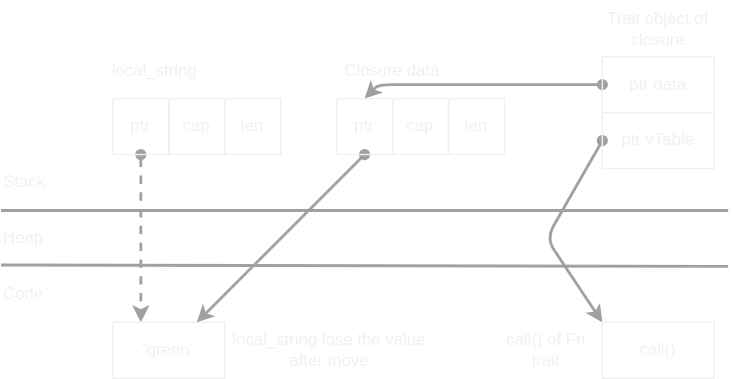
The draw.io diagram docs/rust/closure/images/move_closure.drawio.svg in htgithub194/self-study, before a commit. Source tidied: cells renumbered, new cells last; positions are measured from the earlier drawing's top-left corner, leaving out a move shared by most shapes. The source it was exported from:
```xml
<mxGraphModel>
  <root>
    <mxCell id="0" />
    <mxCell id="1" parent="0" />
    <mxCell id="2" value="Closure data" style="text;html=1;strokeColor=none;fillColor=none;align=center;verticalAlign=middle;whiteSpace=wrap;rounded=0;fontColor=#F0F0F0;" parent="1" vertex="1">
      <mxGeometry x="240" y="30" width="80" height="40" as="geometry" />
    </mxCell>
    <mxCell id="3" style="endArrow=none;html=1;strokeColor=#A0A0A0;strokeWidth=2;" parent="1" edge="1">
      <mxGeometry relative="1" as="geometry">
        <mxPoint y="150" as="sourcePoint" />
        <mxPoint x="520" y="150" as="targetPoint" />
      </mxGeometry>
    </mxCell>
    <mxCell id="4" value="Heap" style="text;html=1;strokeColor=none;fillColor=none;align=left;verticalAlign=middle;whiteSpace=wrap;rounded=0;fontColor=#F0F0F0;" parent="1" vertex="1">
      <mxGeometry y="150" width="80" height="40" as="geometry" />
    </mxCell>
    <mxCell id="5" value="Stack" style="text;html=1;strokeColor=none;fillColor=none;align=left;verticalAlign=middle;whiteSpace=wrap;rounded=0;fontColor=#F0F0F0;" parent="1" vertex="1">
      <mxGeometry y="110" width="80" height="40" as="geometry" />
    </mxCell>
    <mxCell id="6" style="edgeStyle=none;html=1;entryX=0.25;entryY=0;entryDx=0;entryDy=0;strokeColor=#A0A0A0;fontColor=#F0F0F0;strokeWidth=2;startArrow=oval;startFill=1;dashed=1;" parent="1" edge="1" source="7" target="13">
      <mxGeometry relative="1" as="geometry" />
    </mxCell>
    <mxCell id="7" value="ptr" style="rounded=0;whiteSpace=wrap;html=1;flipH=1;flipV=1;fillColor=none;fontColor=#F0F0F0;strokeColor=#F0F0F0;" parent="1" vertex="1">
      <mxGeometry x="80" y="70" width="40" height="40" as="geometry" />
    </mxCell>
    <mxCell id="8" value="cap" style="rounded=0;whiteSpace=wrap;html=1;flipH=1;flipV=1;fillColor=none;fontColor=#F0F0F0;strokeColor=#F0F0F0;" parent="1" vertex="1">
      <mxGeometry x="120" y="70" width="40" height="40" as="geometry" />
    </mxCell>
    <mxCell id="9" value="len" style="rounded=0;whiteSpace=wrap;html=1;flipH=1;flipV=1;fillColor=none;fontColor=#F0F0F0;strokeColor=#F0F0F0;" parent="1" vertex="1">
      <mxGeometry x="160" y="70" width="40" height="40" as="geometry" />
    </mxCell>
    <mxCell id="10" value="local_string" style="text;html=1;strokeColor=none;fillColor=none;align=center;verticalAlign=middle;whiteSpace=wrap;rounded=0;fontColor=#F0F0F0;" parent="1" vertex="1">
      <mxGeometry x="80" y="30" width="60" height="40" as="geometry" />
    </mxCell>
    <mxCell id="11" value="Code" style="text;html=1;strokeColor=none;fillColor=none;align=left;verticalAlign=middle;whiteSpace=wrap;rounded=0;fontColor=#F0F0F0;" parent="1" vertex="1">
      <mxGeometry y="190" width="80" height="40" as="geometry" />
    </mxCell>
    <mxCell id="12" style="endArrow=none;html=1;strokeColor=#A0A0A0;strokeWidth=2;" parent="1" edge="1">
      <mxGeometry relative="1" as="geometry">
        <mxPoint y="189" as="sourcePoint" />
        <mxPoint x="520" y="190" as="targetPoint" />
      </mxGeometry>
    </mxCell>
    <mxCell id="13" value="&quot;green&quot;" style="rounded=0;whiteSpace=wrap;html=1;flipH=1;flipV=1;fillColor=none;fontColor=#F0F0F0;strokeColor=#F0F0F0;" parent="1" vertex="1">
      <mxGeometry x="80" y="230" width="80" height="40" as="geometry" />
    </mxCell>
    <mxCell id="14" style="edgeStyle=none;html=1;entryX=0.5;entryY=0;entryDx=0;entryDy=0;strokeColor=#A0A0A0;strokeWidth=2;startArrow=oval;startFill=1;exitX=0;exitY=0.5;exitDx=0;exitDy=0;" parent="1" edge="1" source="15" target="21">
      <mxGeometry relative="1" as="geometry">
        <Array as="points">
          <mxPoint x="270" y="60" />
        </Array>
      </mxGeometry>
    </mxCell>
    <mxCell id="15" value="ptr data" style="rounded=0;whiteSpace=wrap;html=1;flipH=1;flipV=1;fillColor=none;fontColor=#F0F0F0;strokeColor=#F0F0F0;" parent="1" vertex="1">
      <mxGeometry x="430" y="40" width="80" height="40" as="geometry" />
    </mxCell>
    <mxCell id="16" style="edgeStyle=none;html=1;entryX=0;entryY=0;entryDx=0;entryDy=0;strokeColor=#A0A0A0;strokeWidth=2;fontColor=#F0F0F0;startArrow=oval;startFill=1;exitX=0;exitY=0.5;exitDx=0;exitDy=0;" parent="1" edge="1" source="17" target="19">
      <mxGeometry relative="1" as="geometry">
        <Array as="points">
          <mxPoint x="390" y="170" />
        </Array>
      </mxGeometry>
    </mxCell>
    <mxCell id="17" value="ptr vTable" style="rounded=0;whiteSpace=wrap;html=1;flipH=1;flipV=1;fillColor=none;fontColor=#F0F0F0;strokeColor=#F0F0F0;" parent="1" vertex="1">
      <mxGeometry x="430" y="80" width="80" height="40" as="geometry" />
    </mxCell>
    <mxCell id="18" value="Trait object of closure" style="text;html=1;strokeColor=none;fillColor=none;align=center;verticalAlign=middle;whiteSpace=wrap;rounded=0;fontColor=#F0F0F0;" parent="1" vertex="1">
      <mxGeometry x="430" width="80" height="40" as="geometry" />
    </mxCell>
    <mxCell id="19" value="call()" style="rounded=0;whiteSpace=wrap;html=1;flipH=1;flipV=1;fillColor=none;fontColor=#F0F0F0;strokeColor=#F0F0F0;" parent="1" vertex="1">
      <mxGeometry x="430" y="230" width="80" height="40" as="geometry" />
    </mxCell>
    <mxCell id="20" style="edgeStyle=none;html=1;strokeWidth=2;startArrow=oval;startFill=1;strokeColor=#A0A0A0;exitX=0.5;exitY=1;exitDx=0;exitDy=0;" parent="1" edge="1" source="21" target="13">
      <mxGeometry relative="1" as="geometry" />
    </mxCell>
    <mxCell id="21" value="ptr" style="rounded=0;whiteSpace=wrap;html=1;flipH=1;flipV=1;fillColor=none;fontColor=#F0F0F0;strokeColor=#F0F0F0;" parent="1" vertex="1">
      <mxGeometry x="240" y="70" width="40" height="40" as="geometry" />
    </mxCell>
    <mxCell id="22" value="call() of Fn trait" style="text;html=1;strokeColor=none;fillColor=none;align=center;verticalAlign=middle;whiteSpace=wrap;rounded=0;fontColor=#F0F0F0;" parent="1" vertex="1">
      <mxGeometry x="350" y="230" width="80" height="40" as="geometry" />
    </mxCell>
    <mxCell id="23" value="cap" style="rounded=0;whiteSpace=wrap;html=1;flipH=1;flipV=1;fillColor=none;fontColor=#F0F0F0;strokeColor=#F0F0F0;" parent="1" vertex="1">
      <mxGeometry x="280" y="70" width="40" height="40" as="geometry" />
    </mxCell>
    <mxCell id="24" value="len" style="rounded=0;whiteSpace=wrap;html=1;flipH=1;flipV=1;fillColor=none;fontColor=#F0F0F0;strokeColor=#F0F0F0;" parent="1" vertex="1">
      <mxGeometry x="320" y="70" width="40" height="40" as="geometry" />
    </mxCell>
    <mxCell id="25" value="local_string lose the value after move" style="text;html=1;strokeColor=none;fillColor=none;align=center;verticalAlign=middle;whiteSpace=wrap;rounded=0;fontColor=#F0F0F0;" parent="1" vertex="1">
      <mxGeometry x="160" y="230" width="150" height="40" as="geometry" />
    </mxCell>
  </root>
</mxGraphModel>
```
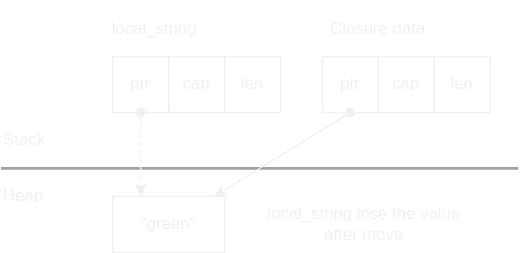
After the commit.

Diff of the diagram source:
```diff
@@ -3,12 +3,12 @@
     <mxCell id="0" />
     <mxCell id="1" parent="0" />
     <mxCell id="2" value="Closure data" style="text;html=1;strokeColor=none;fillColor=none;align=center;verticalAlign=middle;whiteSpace=wrap;rounded=0;fontColor=#F0F0F0;" parent="1" vertex="1">
-      <mxGeometry x="240" y="30" width="80" height="40" as="geometry" />
+      <mxGeometry x="230" y="30" width="80" height="40" as="geometry" />
     </mxCell>
     <mxCell id="3" style="endArrow=none;html=1;strokeColor=#A0A0A0;strokeWidth=2;" parent="1" edge="1">
       <mxGeometry relative="1" as="geometry">
         <mxPoint y="150" as="sourcePoint" />
-        <mxPoint x="520" y="150" as="targetPoint" />
+        <mxPoint x="370" y="150" as="targetPoint" />
       </mxGeometry>
     </mxCell>
     <mxCell id="4" value="Heap" style="text;html=1;strokeColor=none;fillColor=none;align=left;verticalAlign=middle;whiteSpace=wrap;rounded=0;fontColor=#F0F0F0;" parent="1" vertex="1">
@@ -17,7 +17,7 @@
     <mxCell id="5" value="Stack" style="text;html=1;strokeColor=none;fillColor=none;align=left;verticalAlign=middle;whiteSpace=wrap;rounded=0;fontColor=#F0F0F0;" parent="1" vertex="1">
       <mxGeometry y="110" width="80" height="40" as="geometry" />
     </mxCell>
-    <mxCell id="6" style="edgeStyle=none;html=1;entryX=0.25;entryY=0;entryDx=0;entryDy=0;strokeColor=#A0A0A0;fontColor=#F0F0F0;strokeWidth=2;startArrow=oval;startFill=1;dashed=1;" parent="1" edge="1" source="7" target="13">
+    <mxCell id="6" style="edgeStyle=none;html=1;entryX=0.25;entryY=0;entryDx=0;entryDy=0;strokeColor=#F0F0F0;fontColor=#F0F0F0;strokeWidth=1;startArrow=oval;startFill=1;dashed=1;" parent="1" edge="1" source="7" target="13">
       <mxGeometry relative="1" as="geometry" />
     </mxCell>
     <mxCell id="7" value="ptr" style="rounded=0;whiteSpace=wrap;html=1;flipH=1;flipV=1;fillColor=none;fontColor=#F0F0F0;strokeColor=#F0F0F0;" parent="1" vertex="1">
@@ -32,61 +32,23 @@
     <mxCell id="10" value="local_string" style="text;html=1;strokeColor=none;fillColor=none;align=center;verticalAlign=middle;whiteSpace=wrap;rounded=0;fontColor=#F0F0F0;" parent="1" vertex="1">
       <mxGeometry x="80" y="30" width="60" height="40" as="geometry" />
     </mxCell>
-    <mxCell id="11" value="Code" style="text;html=1;strokeColor=none;fillColor=none;align=left;verticalAlign=middle;whiteSpace=wrap;rounded=0;fontColor=#F0F0F0;" parent="1" vertex="1">
-      <mxGeometry y="190" width="80" height="40" as="geometry" />
-    </mxCell>
-    <mxCell id="12" style="endArrow=none;html=1;strokeColor=#A0A0A0;strokeWidth=2;" parent="1" edge="1">
-      <mxGeometry relative="1" as="geometry">
-        <mxPoint y="189" as="sourcePoint" />
-        <mxPoint x="520" y="190" as="targetPoint" />
-      </mxGeometry>
-    </mxCell>
     <mxCell id="13" value="&quot;green&quot;" style="rounded=0;whiteSpace=wrap;html=1;flipH=1;flipV=1;fillColor=none;fontColor=#F0F0F0;strokeColor=#F0F0F0;" parent="1" vertex="1">
-      <mxGeometry x="80" y="230" width="80" height="40" as="geometry" />
+      <mxGeometry x="80" y="170" width="80" height="40" as="geometry" />
     </mxCell>
-    <mxCell id="14" style="edgeStyle=none;html=1;entryX=0.5;entryY=0;entryDx=0;entryDy=0;strokeColor=#A0A0A0;strokeWidth=2;startArrow=oval;startFill=1;exitX=0;exitY=0.5;exitDx=0;exitDy=0;" parent="1" edge="1" source="15" target="21">
-      <mxGeometry relative="1" as="geometry">
-        <Array as="points">
-          <mxPoint x="270" y="60" />
-        </Array>
-      </mxGeometry>
-    </mxCell>
-    <mxCell id="15" value="ptr data" style="rounded=0;whiteSpace=wrap;html=1;flipH=1;flipV=1;fillColor=none;fontColor=#F0F0F0;strokeColor=#F0F0F0;" parent="1" vertex="1">
-      <mxGeometry x="430" y="40" width="80" height="40" as="geometry" />
-    </mxCell>
-    <mxCell id="16" style="edgeStyle=none;html=1;entryX=0;entryY=0;entryDx=0;entryDy=0;strokeColor=#A0A0A0;strokeWidth=2;fontColor=#F0F0F0;startArrow=oval;startFill=1;exitX=0;exitY=0.5;exitDx=0;exitDy=0;" parent="1" edge="1" source="17" target="19">
-      <mxGeometry relative="1" as="geometry">
-        <Array as="points">
-          <mxPoint x="390" y="170" />
-        </Array>
-      </mxGeometry>
-    </mxCell>
-    <mxCell id="17" value="ptr vTable" style="rounded=0;whiteSpace=wrap;html=1;flipH=1;flipV=1;fillColor=none;fontColor=#F0F0F0;strokeColor=#F0F0F0;" parent="1" vertex="1">
-      <mxGeometry x="430" y="80" width="80" height="40" as="geometry" />
-    </mxCell>
-    <mxCell id="18" value="Trait object of closure" style="text;html=1;strokeColor=none;fillColor=none;align=center;verticalAlign=middle;whiteSpace=wrap;rounded=0;fontColor=#F0F0F0;" parent="1" vertex="1">
-      <mxGeometry x="430" width="80" height="40" as="geometry" />
-    </mxCell>
-    <mxCell id="19" value="call()" style="rounded=0;whiteSpace=wrap;html=1;flipH=1;flipV=1;fillColor=none;fontColor=#F0F0F0;strokeColor=#F0F0F0;" parent="1" vertex="1">
-      <mxGeometry x="430" y="230" width="80" height="40" as="geometry" />
-    </mxCell>
-    <mxCell id="20" style="edgeStyle=none;html=1;strokeWidth=2;startArrow=oval;startFill=1;strokeColor=#A0A0A0;exitX=0.5;exitY=1;exitDx=0;exitDy=0;" parent="1" edge="1" source="21" target="13">
+    <mxCell id="20" style="edgeStyle=none;html=1;strokeWidth=1;startArrow=oval;startFill=1;strokeColor=#F0F0F0;exitX=0.5;exitY=1;exitDx=0;exitDy=0;" parent="1" edge="1" source="21" target="13">
       <mxGeometry relative="1" as="geometry" />
     </mxCell>
     <mxCell id="21" value="ptr" style="rounded=0;whiteSpace=wrap;html=1;flipH=1;flipV=1;fillColor=none;fontColor=#F0F0F0;strokeColor=#F0F0F0;" parent="1" vertex="1">
-      <mxGeometry x="240" y="70" width="40" height="40" as="geometry" />
+      <mxGeometry x="230" y="70" width="40" height="40" as="geometry" />
     </mxCell>
-    <mxCell id="22" value="call() of Fn trait" style="text;html=1;strokeColor=none;fillColor=none;align=center;verticalAlign=middle;whiteSpace=wrap;rounded=0;fontColor=#F0F0F0;" parent="1" vertex="1">
-      <mxGeometry x="350" y="230" width="80" height="40" as="geometry" />
-    </mxCell>
     <mxCell id="23" value="cap" style="rounded=0;whiteSpace=wrap;html=1;flipH=1;flipV=1;fillColor=none;fontColor=#F0F0F0;strokeColor=#F0F0F0;" parent="1" vertex="1">
-      <mxGeometry x="280" y="70" width="40" height="40" as="geometry" />
+      <mxGeometry x="270" y="70" width="40" height="40" as="geometry" />
     </mxCell>
     <mxCell id="24" value="len" style="rounded=0;whiteSpace=wrap;html=1;flipH=1;flipV=1;fillColor=none;fontColor=#F0F0F0;strokeColor=#F0F0F0;" parent="1" vertex="1">
-      <mxGeometry x="320" y="70" width="40" height="40" as="geometry" />
+      <mxGeometry x="310" y="70" width="40" height="40" as="geometry" />
     </mxCell>
     <mxCell id="25" value="local_string lose the value after move" style="text;html=1;strokeColor=none;fillColor=none;align=center;verticalAlign=middle;whiteSpace=wrap;rounded=0;fontColor=#F0F0F0;" parent="1" vertex="1">
-      <mxGeometry x="160" y="230" width="150" height="40" as="geometry" />
+      <mxGeometry x="180" y="170" width="160" height="40" as="geometry" />
     </mxCell>
   </root>
 </mxGraphModel>
```
